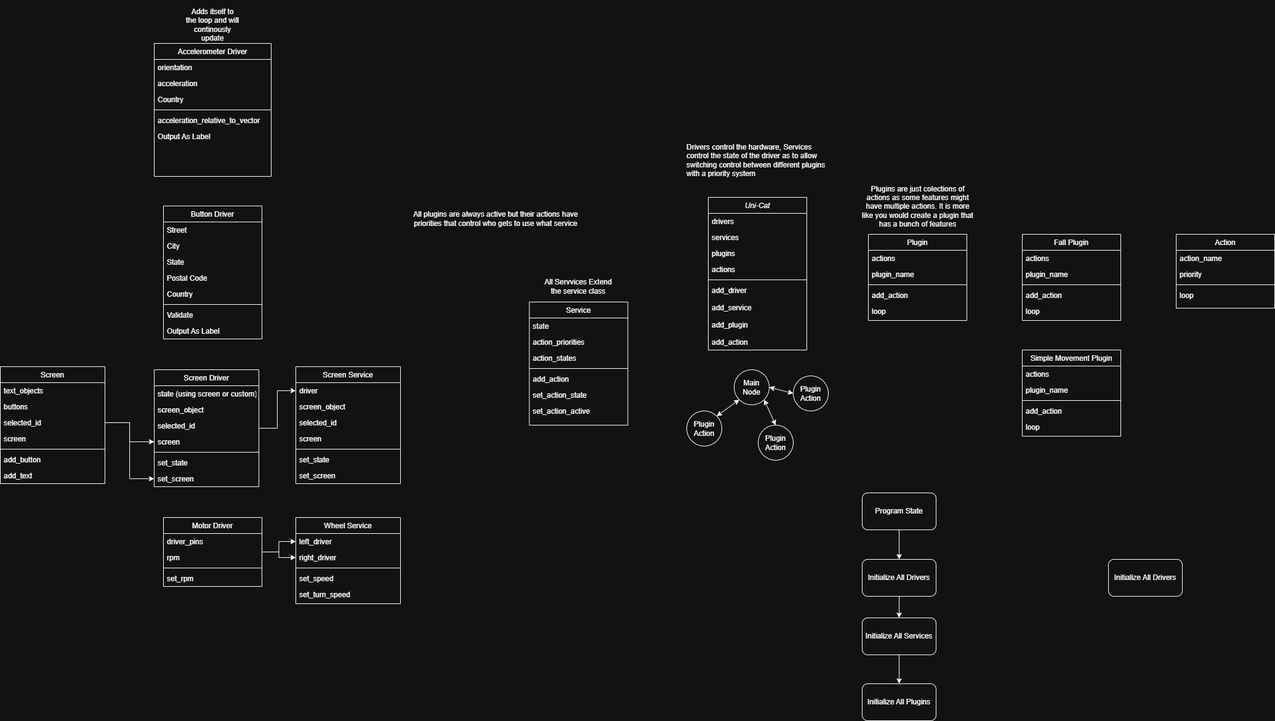
Earlier version of the draw.io export project_01/docs/Software Diagram.drawio.png (Allen-Mikhailov/EDES301). Source tidied: cells renumbered, new cells last; positions are measured from the earlier drawing's top-left corner, leaving out a move shared by most shapes.
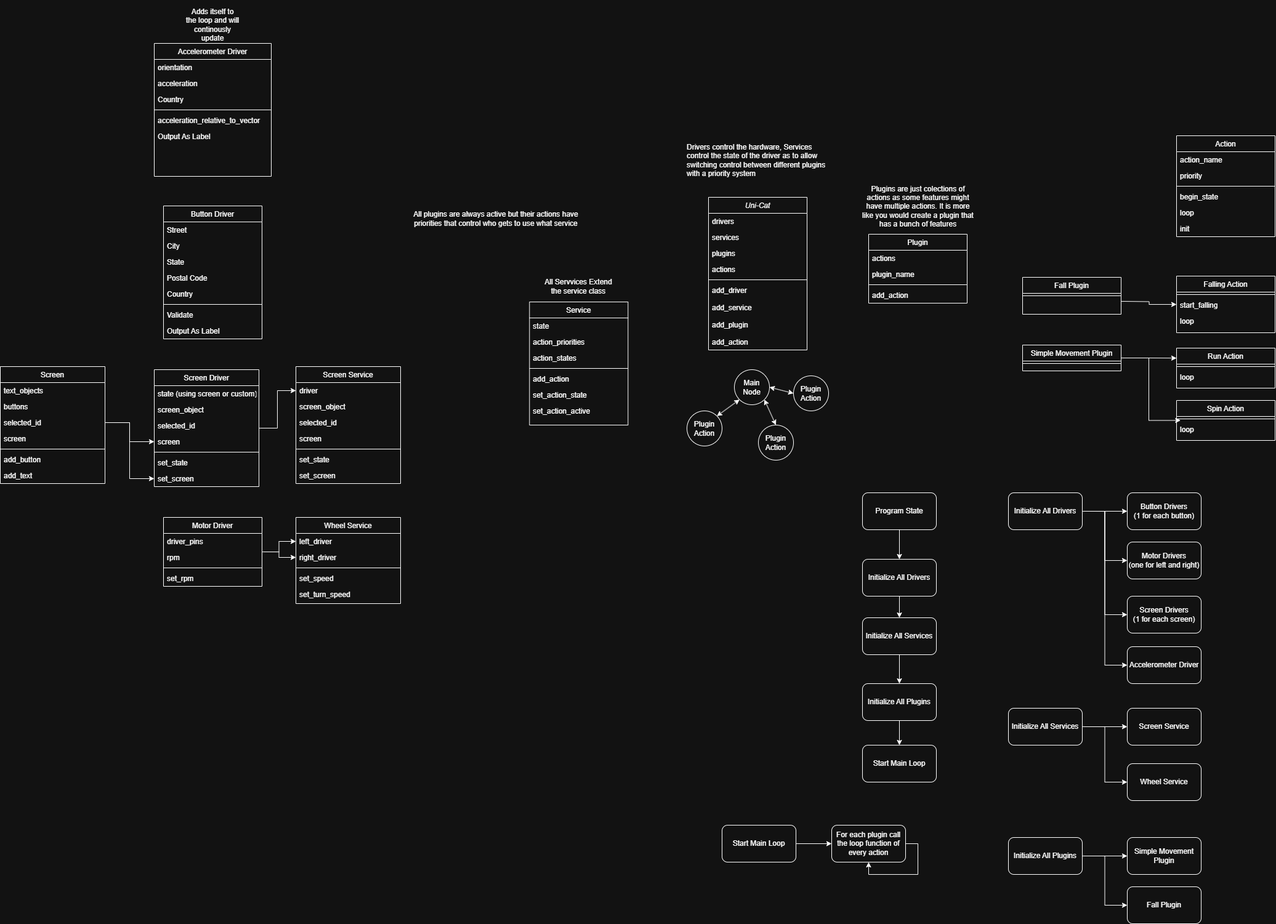
After the change.

Commit message:
Software diagram working

What changed in the source:
```diff
@@ -216,7 +216,7 @@
       <mxGeometry relative="1" as="geometry" />
     </mxCell>
     <mxCell id="73" value="Plugin" style="swimlane;fontStyle=0;align=center;verticalAlign=top;horizontal=1;startSize=26;rounded=0;shadow=0;strokeWidth=1;" parent="1" vertex="1">
-      <mxGeometry x="1410" y="380" width="160" height="140" as="geometry" />
+      <mxGeometry x="1410" y="380" width="160" height="112" as="geometry" />
     </mxCell>
     <mxCell id="74" value="actions" style="text;align=left;verticalAlign=top;spacingLeft=4;spacingRight=4;overflow=hidden;" parent="73" vertex="1">
       <mxGeometry y="26" width="160" height="26" as="geometry" />
@@ -230,9 +230,6 @@
     <mxCell id="77" value="add_action" style="text;align=left;verticalAlign=top;spacingLeft=4;spacingRight=4;overflow=hidden;" parent="73" vertex="1">
       <mxGeometry y="86" width="160" height="26" as="geometry" />
     </mxCell>
-    <mxCell id="78" value="loop" style="text;align=left;verticalAlign=top;spacingLeft=4;spacingRight=4;overflow=hidden;" parent="73" vertex="1">
-      <mxGeometry y="112" width="160" height="26" as="geometry" />
-    </mxCell>
     <mxCell id="79" style="edgeStyle=orthogonalEdgeStyle;rounded=0;jettySize=auto;html=1;exitX=1;exitY=0.5;exitDx=0;exitDy=0;entryX=0;entryY=0.5;entryDx=0;entryDy=0;" parent="1" edge="1" source="81" target="87">
       <mxGeometry relative="1" as="geometry" />
     </mxCell>
@@ -291,25 +288,13 @@
       <mxGeometry x="1400" y="908" width="120" height="60" as="geometry" />
     </mxCell>
     <mxCell id="98" value="Fall Plugin" style="swimlane;fontStyle=0;align=center;verticalAlign=top;horizontal=1;startSize=26;rounded=0;shadow=0;strokeWidth=1;" parent="1" vertex="1">
-      <mxGeometry x="1660" y="380" width="160" height="140" as="geometry" />
+      <mxGeometry x="1660" y="450" width="160" height="60" as="geometry" />
     </mxCell>
-    <mxCell id="99" value="actions" style="text;align=left;verticalAlign=top;spacingLeft=4;spacingRight=4;overflow=hidden;" parent="98" vertex="1">
-      <mxGeometry y="26" width="160" height="26" as="geometry" />
-    </mxCell>
-    <mxCell id="100" value="plugin_name" style="text;align=left;verticalAlign=top;spacingLeft=4;spacingRight=4;overflow=hidden;" parent="98" vertex="1">
-      <mxGeometry y="52" width="160" height="26" as="geometry" />
-    </mxCell>
     <mxCell id="101" style="line;html=1;strokeWidth=1;align=left;verticalAlign=middle;spacingTop=-1;spacingLeft=3;spacingRight=3;labelPosition=right;" parent="98" vertex="1">
-      <mxGeometry y="78" width="160" height="8" as="geometry" />
+      <mxGeometry y="26" width="160" height="8" as="geometry" />
     </mxCell>
-    <mxCell id="102" value="add_action" style="text;align=left;verticalAlign=top;spacingLeft=4;spacingRight=4;overflow=hidden;" parent="98" vertex="1">
-      <mxGeometry y="86" width="160" height="26" as="geometry" />
-    </mxCell>
-    <mxCell id="103" value="loop" style="text;align=left;verticalAlign=top;spacingLeft=4;spacingRight=4;overflow=hidden;" parent="98" vertex="1">
-      <mxGeometry y="112" width="160" height="26" as="geometry" />
-    </mxCell>
     <mxCell id="104" value="Action" style="swimlane;fontStyle=0;align=center;verticalAlign=top;horizontal=1;startSize=26;rounded=0;shadow=0;strokeWidth=1;" parent="1" vertex="1">
-      <mxGeometry x="1910" y="380" width="160" height="120" as="geometry" />
+      <mxGeometry x="1910" y="220" width="160" height="164" as="geometry" />
     </mxCell>
     <mxCell id="105" value="action_name" style="text;align=left;verticalAlign=top;spacingLeft=4;spacingRight=4;overflow=hidden;" parent="104" vertex="1">
       <mxGeometry y="26" width="160" height="26" as="geometry" />
@@ -320,38 +305,145 @@
     <mxCell id="107" style="line;html=1;strokeWidth=1;align=left;verticalAlign=middle;spacingTop=-1;spacingLeft=3;spacingRight=3;labelPosition=right;" parent="104" vertex="1">
       <mxGeometry y="78" width="160" height="8" as="geometry" />
     </mxCell>
+    <mxCell id="119" value="begin_state" style="text;align=left;verticalAlign=top;spacingLeft=4;spacingRight=4;overflow=hidden;" parent="104" vertex="1">
+      <mxGeometry y="86" width="160" height="26" as="geometry" />
+    </mxCell>
     <mxCell id="108" value="loop" style="text;align=left;verticalAlign=top;spacingLeft=4;spacingRight=4;overflow=hidden;" parent="104" vertex="1">
-      <mxGeometry y="86" width="160" height="26" as="geometry" />
+      <mxGeometry y="112" width="160" height="26" as="geometry" />
     </mxCell>
+    <mxCell id="120" value="init" style="text;align=left;verticalAlign=top;spacingLeft=4;spacingRight=4;overflow=hidden;" parent="104" vertex="1">
+      <mxGeometry y="138" width="160" height="26" as="geometry" />
+    </mxCell>
     <mxCell id="109" style="edgeStyle=orthogonalEdgeStyle;rounded=0;jettySize=auto;html=1;exitX=0.5;exitY=1;exitDx=0;exitDy=0;entryX=0.5;entryY=0;entryDx=0;entryDy=0;" parent="1" edge="1" source="110" target="117">
       <mxGeometry relative="1" as="geometry" />
     </mxCell>
     <mxCell id="110" value="Initialize All Services" style="rounded=1;whiteSpace=wrap;html=1;" parent="1" vertex="1">
       <mxGeometry x="1400" y="1003" width="120" height="60" as="geometry" />
     </mxCell>
+    <mxCell id="121" style="edgeStyle=orthogonalEdgeStyle;rounded=0;jettySize=auto;html=1;exitX=1;exitY=0.5;exitDx=0;exitDy=0;entryX=0;entryY=0.25;entryDx=0;entryDy=0;" parent="1" edge="1" source="111" target="151">
+      <mxGeometry relative="1" as="geometry" />
+    </mxCell>
     <mxCell id="111" value="Simple Movement Plugin" style="swimlane;fontStyle=0;align=center;verticalAlign=top;horizontal=1;startSize=26;rounded=0;shadow=0;strokeWidth=1;" parent="1" vertex="1">
-      <mxGeometry x="1660" y="568" width="160" height="140" as="geometry" />
+      <mxGeometry x="1660" y="560" width="160" height="42" as="geometry" />
     </mxCell>
-    <mxCell id="112" value="actions" style="text;align=left;verticalAlign=top;spacingLeft=4;spacingRight=4;overflow=hidden;" parent="111" vertex="1">
-      <mxGeometry y="26" width="160" height="26" as="geometry" />
-    </mxCell>
-    <mxCell id="113" value="plugin_name" style="text;align=left;verticalAlign=top;spacingLeft=4;spacingRight=4;overflow=hidden;" parent="111" vertex="1">
-      <mxGeometry y="52" width="160" height="26" as="geometry" />
-    </mxCell>
     <mxCell id="114" style="line;html=1;strokeWidth=1;align=left;verticalAlign=middle;spacingTop=-1;spacingLeft=3;spacingRight=3;labelPosition=right;" parent="111" vertex="1">
-      <mxGeometry y="78" width="160" height="8" as="geometry" />
+      <mxGeometry y="26" width="160" height="8" as="geometry" />
     </mxCell>
-    <mxCell id="115" value="add_action" style="text;align=left;verticalAlign=top;spacingLeft=4;spacingRight=4;overflow=hidden;" parent="111" vertex="1">
-      <mxGeometry y="86" width="160" height="26" as="geometry" />
-    </mxCell>
-    <mxCell id="116" value="loop" style="text;align=left;verticalAlign=top;spacingLeft=4;spacingRight=4;overflow=hidden;" parent="111" vertex="1">
-      <mxGeometry y="112" width="160" height="26" as="geometry" />
-    </mxCell>
+    <mxCell id="122" style="edgeStyle=orthogonalEdgeStyle;rounded=0;jettySize=auto;html=1;exitX=0.5;exitY=1;exitDx=0;exitDy=0;entryX=0.5;entryY=0;entryDx=0;entryDy=0;" parent="1" edge="1" source="117" target="131">
+      <mxGeometry relative="1" as="geometry" />
+    </mxCell>
     <mxCell id="117" value="Initialize All Plugins" style="rounded=1;whiteSpace=wrap;html=1;" parent="1" vertex="1">
       <mxGeometry x="1400" y="1110" width="120" height="60" as="geometry" />
     </mxCell>
+    <mxCell id="123" style="edgeStyle=orthogonalEdgeStyle;rounded=0;jettySize=auto;html=1;exitX=1;exitY=0.5;exitDx=0;exitDy=0;entryX=0;entryY=0.5;entryDx=0;entryDy=0;" parent="1" edge="1" source="118" target="127">
+      <mxGeometry relative="1" as="geometry" />
+    </mxCell>
+    <mxCell id="124" style="edgeStyle=orthogonalEdgeStyle;rounded=0;jettySize=auto;html=1;exitX=1;exitY=0.5;exitDx=0;exitDy=0;entryX=0;entryY=0.5;entryDx=0;entryDy=0;" parent="1" edge="1" source="118" target="128">
+      <mxGeometry relative="1" as="geometry" />
+    </mxCell>
+    <mxCell id="125" style="edgeStyle=orthogonalEdgeStyle;rounded=0;jettySize=auto;html=1;exitX=1;exitY=0.5;exitDx=0;exitDy=0;entryX=0;entryY=0.5;entryDx=0;entryDy=0;" parent="1" edge="1" source="118" target="129">
+      <mxGeometry relative="1" as="geometry" />
+    </mxCell>
+    <mxCell id="126" style="edgeStyle=orthogonalEdgeStyle;rounded=0;jettySize=auto;html=1;exitX=1;exitY=0.5;exitDx=0;exitDy=0;entryX=0;entryY=0.5;entryDx=0;entryDy=0;" parent="1" edge="1" source="118" target="130">
+      <mxGeometry relative="1" as="geometry" />
+    </mxCell>
     <mxCell id="118" value="Initialize All Drivers" style="rounded=1;whiteSpace=wrap;html=1;" parent="1" vertex="1">
-      <mxGeometry x="1800" y="908" width="120" height="60" as="geometry" />
+      <mxGeometry x="1637" y="800" width="120" height="60" as="geometry" />
     </mxCell>
+    <mxCell id="127" value="Button Drivers&lt;br&gt;(1 for each button)" style="rounded=1;whiteSpace=wrap;html=1;" parent="1" vertex="1">
+      <mxGeometry x="1830" y="800" width="120" height="60" as="geometry" />
+    </mxCell>
+    <mxCell id="128" value="Motor Drivers&lt;div&gt;(one for left and right)&lt;/div&gt;" style="rounded=1;whiteSpace=wrap;html=1;" parent="1" vertex="1">
+      <mxGeometry x="1830" y="880" width="120" height="60" as="geometry" />
+    </mxCell>
+    <mxCell id="129" value="Screen Drivers&lt;div&gt;(&lt;span style=&quot;background-color: transparent; color: light-dark(rgb(0, 0, 0), rgb(255, 255, 255));&quot;&gt;1 for each screen)&lt;/span&gt;&lt;/div&gt;" style="rounded=1;whiteSpace=wrap;html=1;" parent="1" vertex="1">
+      <mxGeometry x="1830" y="968" width="120" height="60" as="geometry" />
+    </mxCell>
+    <mxCell id="130" value="Accelerometer Driver" style="rounded=1;whiteSpace=wrap;html=1;" parent="1" vertex="1">
+      <mxGeometry x="1830" y="1050" width="120" height="60" as="geometry" />
+    </mxCell>
+    <mxCell id="131" value="Start Main Loop" style="rounded=1;whiteSpace=wrap;html=1;" parent="1" vertex="1">
+      <mxGeometry x="1400" y="1210" width="120" height="60" as="geometry" />
+    </mxCell>
+    <mxCell id="132" style="edgeStyle=orthogonalEdgeStyle;rounded=0;jettySize=auto;html=1;exitX=1;exitY=0.5;exitDx=0;exitDy=0;entryX=0;entryY=0.5;entryDx=0;entryDy=0;" parent="1" edge="1" source="134" target="135">
+      <mxGeometry relative="1" as="geometry" />
+    </mxCell>
+    <mxCell id="133" style="edgeStyle=orthogonalEdgeStyle;rounded=0;jettySize=auto;html=1;exitX=1;exitY=0.5;exitDx=0;exitDy=0;entryX=0;entryY=0.5;entryDx=0;entryDy=0;" parent="1" edge="1" source="134" target="136">
+      <mxGeometry relative="1" as="geometry" />
+    </mxCell>
+    <mxCell id="134" value="Initialize All Services" style="rounded=1;whiteSpace=wrap;html=1;" parent="1" vertex="1">
+      <mxGeometry x="1637" y="1150" width="120" height="60" as="geometry" />
+    </mxCell>
+    <mxCell id="135" value="Screen Service" style="rounded=1;whiteSpace=wrap;html=1;" parent="1" vertex="1">
+      <mxGeometry x="1830" y="1150" width="120" height="60" as="geometry" />
+    </mxCell>
+    <mxCell id="136" value="Wheel Service" style="rounded=1;whiteSpace=wrap;html=1;" parent="1" vertex="1">
+      <mxGeometry x="1830" y="1240" width="120" height="60" as="geometry" />
+    </mxCell>
+    <mxCell id="137" style="edgeStyle=orthogonalEdgeStyle;rounded=0;jettySize=auto;html=1;exitX=1;exitY=0.5;exitDx=0;exitDy=0;entryX=0;entryY=0.5;entryDx=0;entryDy=0;" parent="1" edge="1" source="139" target="144">
+      <mxGeometry relative="1" as="geometry" />
+    </mxCell>
+    <mxCell id="138" style="edgeStyle=orthogonalEdgeStyle;rounded=0;jettySize=auto;html=1;exitX=1;exitY=0.5;exitDx=0;exitDy=0;entryX=0;entryY=0.5;entryDx=0;entryDy=0;" parent="1" edge="1" source="139" target="145">
+      <mxGeometry relative="1" as="geometry" />
+    </mxCell>
+    <mxCell id="139" value="Initialize All Plugins" style="rounded=1;whiteSpace=wrap;html=1;" parent="1" vertex="1">
+      <mxGeometry x="1637" y="1360" width="120" height="60" as="geometry" />
+    </mxCell>
+    <mxCell id="140" value="Falling Action" style="swimlane;fontStyle=0;align=center;verticalAlign=top;horizontal=1;startSize=26;rounded=0;shadow=0;strokeWidth=1;" parent="1" vertex="1">
+      <mxGeometry x="1910" y="448" width="160" height="92" as="geometry" />
+    </mxCell>
+    <mxCell id="141" style="line;html=1;strokeWidth=1;align=left;verticalAlign=middle;spacingTop=-1;spacingLeft=3;spacingRight=3;labelPosition=right;" parent="140" vertex="1">
+      <mxGeometry y="26" width="160" height="8" as="geometry" />
+    </mxCell>
+    <mxCell id="142" value="start_falling" style="text;align=left;verticalAlign=top;spacingLeft=4;spacingRight=4;overflow=hidden;" parent="140" vertex="1">
+      <mxGeometry y="34" width="160" height="26" as="geometry" />
+    </mxCell>
+    <mxCell id="143" value="loop" style="text;align=left;verticalAlign=top;spacingLeft=4;spacingRight=4;overflow=hidden;" parent="140" vertex="1">
+      <mxGeometry y="60" width="160" height="26" as="geometry" />
+    </mxCell>
+    <mxCell id="144" value="Simple Movement Plugin" style="rounded=1;whiteSpace=wrap;html=1;" parent="1" vertex="1">
+      <mxGeometry x="1830" y="1360" width="120" height="60" as="geometry" />
+    </mxCell>
+    <mxCell id="145" value="Fall Plugin" style="rounded=1;whiteSpace=wrap;html=1;" parent="1" vertex="1">
+      <mxGeometry x="1830" y="1440" width="120" height="60" as="geometry" />
+    </mxCell>
+    <mxCell id="146" style="edgeStyle=orthogonalEdgeStyle;rounded=0;jettySize=auto;html=1;exitX=1;exitY=0.5;exitDx=0;exitDy=0;entryX=0;entryY=0.5;entryDx=0;entryDy=0;" parent="1" edge="1" source="147" target="148">
+      <mxGeometry relative="1" as="geometry" />
+    </mxCell>
+    <mxCell id="147" value="Start Main Loop" style="rounded=1;whiteSpace=wrap;html=1;" parent="1" vertex="1">
+      <mxGeometry x="1172" y="1340" width="120" height="60" as="geometry" />
+    </mxCell>
+    <mxCell id="148" value="For each plugin call the loop function of every action" style="rounded=1;whiteSpace=wrap;html=1;" parent="1" vertex="1">
+      <mxGeometry x="1350" y="1340" width="120" height="60" as="geometry" />
+    </mxCell>
+    <mxCell id="149" style="edgeStyle=orthogonalEdgeStyle;rounded=0;orthogonalLoop=1;jettySize=auto;html=1;exitX=1;exitY=0.5;exitDx=0;exitDy=0;entryX=0.5;entryY=1;entryDx=0;entryDy=0;" parent="1" edge="1" source="148" target="148">
+      <mxGeometry relative="1" as="geometry" />
+    </mxCell>
+    <mxCell id="150" style="edgeStyle=orthogonalEdgeStyle;rounded=0;jettySize=auto;html=1;exitX=1;exitY=0.5;exitDx=0;exitDy=0;" parent="1" edge="1" target="140">
+      <mxGeometry relative="1" as="geometry">
+        <mxPoint x="1820" y="489" as="sourcePoint" />
+      </mxGeometry>
+    </mxCell>
+    <mxCell id="151" value="Run Action" style="swimlane;fontStyle=0;align=center;verticalAlign=top;horizontal=1;startSize=26;rounded=0;shadow=0;strokeWidth=1;" parent="1" vertex="1">
+      <mxGeometry x="1910" y="565" width="160" height="65" as="geometry" />
+    </mxCell>
+    <mxCell id="152" style="line;html=1;strokeWidth=1;align=left;verticalAlign=middle;spacingTop=-1;spacingLeft=3;spacingRight=3;labelPosition=right;" parent="151" vertex="1">
+      <mxGeometry y="26" width="160" height="8" as="geometry" />
+    </mxCell>
+    <mxCell id="153" value="loop" style="text;align=left;verticalAlign=top;spacingLeft=4;spacingRight=4;overflow=hidden;" parent="151" vertex="1">
+      <mxGeometry y="34" width="160" height="26" as="geometry" />
+    </mxCell>
+    <mxCell id="154" value="Spin Action" style="swimlane;fontStyle=0;align=center;verticalAlign=top;horizontal=1;startSize=26;rounded=0;shadow=0;strokeWidth=1;" parent="1" vertex="1">
+      <mxGeometry x="1910" y="650" width="160" height="65" as="geometry" />
+    </mxCell>
+    <mxCell id="155" style="line;html=1;strokeWidth=1;align=left;verticalAlign=middle;spacingTop=-1;spacingLeft=3;spacingRight=3;labelPosition=right;" parent="154" vertex="1">
+      <mxGeometry y="26" width="160" height="8" as="geometry" />
+    </mxCell>
+    <mxCell id="156" value="loop" style="text;align=left;verticalAlign=top;spacingLeft=4;spacingRight=4;overflow=hidden;points=[[0,0.5],[1,0.5]];portConstraint=eastwest;" parent="154" vertex="1">
+      <mxGeometry y="34" width="160" height="26" as="geometry" />
+    </mxCell>
+    <mxCell id="157" style="edgeStyle=orthogonalEdgeStyle;rounded=0;jettySize=auto;html=1;exitX=1;exitY=0.5;exitDx=0;exitDy=0;entryX=0.04;entryY=-0.059;entryDx=0;entryDy=0;entryPerimeter=0;" parent="1" edge="1" source="111" target="156">
+      <mxGeometry relative="1" as="geometry" />
+    </mxCell>
   </root>
 </mxGraphModel>
```
